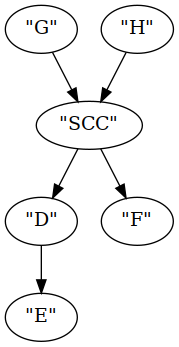
Above: example_code/modified_graph.png in robert-at-pretension-io/Totally-Not-Skynet (Graphviz), before the change. Its source is kept beside it as example_code/modified_graph.dot. Source of this version:
```dot
digraph {
    0 [ label = "\"G\"" ]
    1 [ label = "\"SCC\"" ]
    2 [ label = "\"H\"" ]
    3 [ label = "\"D\"" ]
    4 [ label = "\"E\"" ]
    5 [ label = "\"F\"" ]
    0 -> 1 [ ]
    2 -> 1 [ ]
    1 -> 3 [ ]
    1 -> 5 [ ]
    3 -> 4 [ ]
}
```
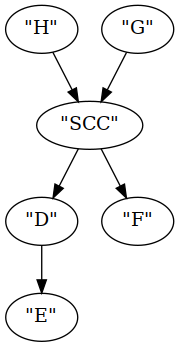
The same file after the commit.

What changed in the source:
```diff
@@ -1,13 +1,13 @@
 digraph {
-    0 [ label = "\"G\"" ]
-    1 [ label = "\"SCC\"" ]
-    2 [ label = "\"H\"" ]
+    0 [ label = "\"H\"" ]
+    1 [ label = "\"G\"" ]
+    2 [ label = "\"SCC\"" ]
     3 [ label = "\"D\"" ]
     4 [ label = "\"E\"" ]
     5 [ label = "\"F\"" ]
-    0 -> 1 [ ]
-    2 -> 1 [ ]
-    1 -> 3 [ ]
-    1 -> 5 [ ]
+    0 -> 2 [ ]
+    1 -> 2 [ ]
+    2 -> 3 [ ]
     3 -> 4 [ ]
+    2 -> 5 [ ]
 }
```
